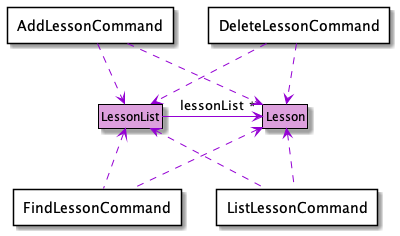
The PlantUML diagram docs/images/LessonComponentDiagram.png in nus-cs2113-AY2122S1/tp, before a commit. Source of this version:
```plantuml
@startuml
!include Style.puml
hide circle
skinparam classAttributeIconSize 0

class Lesson MODEL_COLOR
class LessonList MODEL_COLOR

LessonList -[MODEL_COLOR_T1]> "*" Lesson : lessonList

package "AddLessonCommand" <<Rectangle>> {
}

package "DeleteLessonCommand" <<Rectangle>> {
}

package "FindLessonCommand" <<Rectangle>> {
}

package "ListLessonCommand" <<Rectangle>> {
}

AddLessonCommand .down[MODEL_COLOR_T1].> Lesson
AddLessonCommand .down[MODEL_COLOR_T1].> LessonList
DeleteLessonCommand .down[MODEL_COLOR_T1].>Lesson
DeleteLessonCommand .down[MODEL_COLOR_T1].> LessonList
FindLessonCommand .up[MODEL_COLOR_T1].> Lesson
FindLessonCommand .up[MODEL_COLOR_T1].> LessonList
ListLessonCommand .up[MODEL_COLOR_T1].> Lesson
ListLessonCommand .up[MODEL_COLOR_T1].> LessonList

@enduml
```
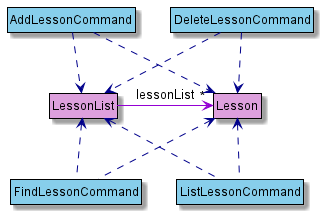
The same diagram one commit later.

Change to the diagram source:
```diff
@@ -1,32 +1,23 @@
 @startuml
 !include Style.puml
-hide circle
-skinparam classAttributeIconSize 0
 
 class Lesson MODEL_COLOR
 class LessonList MODEL_COLOR
 
 LessonList -[MODEL_COLOR_T1]> "*" Lesson : lessonList
 
-package "AddLessonCommand" <<Rectangle>> {
-}
+class AddLessonCommand LOGIC_COLOR
+class DeleteLessonCommand LOGIC_COLOR
+class FindLessonCommand LOGIC_COLOR
+class ListLessonCommand LOGIC_COLOR
 
-package "DeleteLessonCommand" <<Rectangle>> {
-}
-
-package "FindLessonCommand" <<Rectangle>> {
-}
-
-package "ListLessonCommand" <<Rectangle>> {
-}
-
-AddLessonCommand .down[MODEL_COLOR_T1].> Lesson
-AddLessonCommand .down[MODEL_COLOR_T1].> LessonList
-DeleteLessonCommand .down[MODEL_COLOR_T1].>Lesson
-DeleteLessonCommand .down[MODEL_COLOR_T1].> LessonList
-FindLessonCommand .up[MODEL_COLOR_T1].> Lesson
-FindLessonCommand .up[MODEL_COLOR_T1].> LessonList
-ListLessonCommand .up[MODEL_COLOR_T1].> Lesson
-ListLessonCommand .up[MODEL_COLOR_T1].> LessonList
+AddLessonCommand .down[LOGIC_COLOR_T1].> Lesson
+AddLessonCommand .down[LOGIC_COLOR_T1].> LessonList
+DeleteLessonCommand .down[LOGIC_COLOR_T1].>Lesson
+DeleteLessonCommand .down[LOGIC_COLOR_T1].> LessonList
+FindLessonCommand .up[LOGIC_COLOR_T1].> Lesson
+FindLessonCommand .up[LOGIC_COLOR_T1].> LessonList
+ListLessonCommand .up[LOGIC_COLOR_T1].> Lesson
+ListLessonCommand .up[LOGIC_COLOR_T1].> LessonList
 
 @enduml
```
